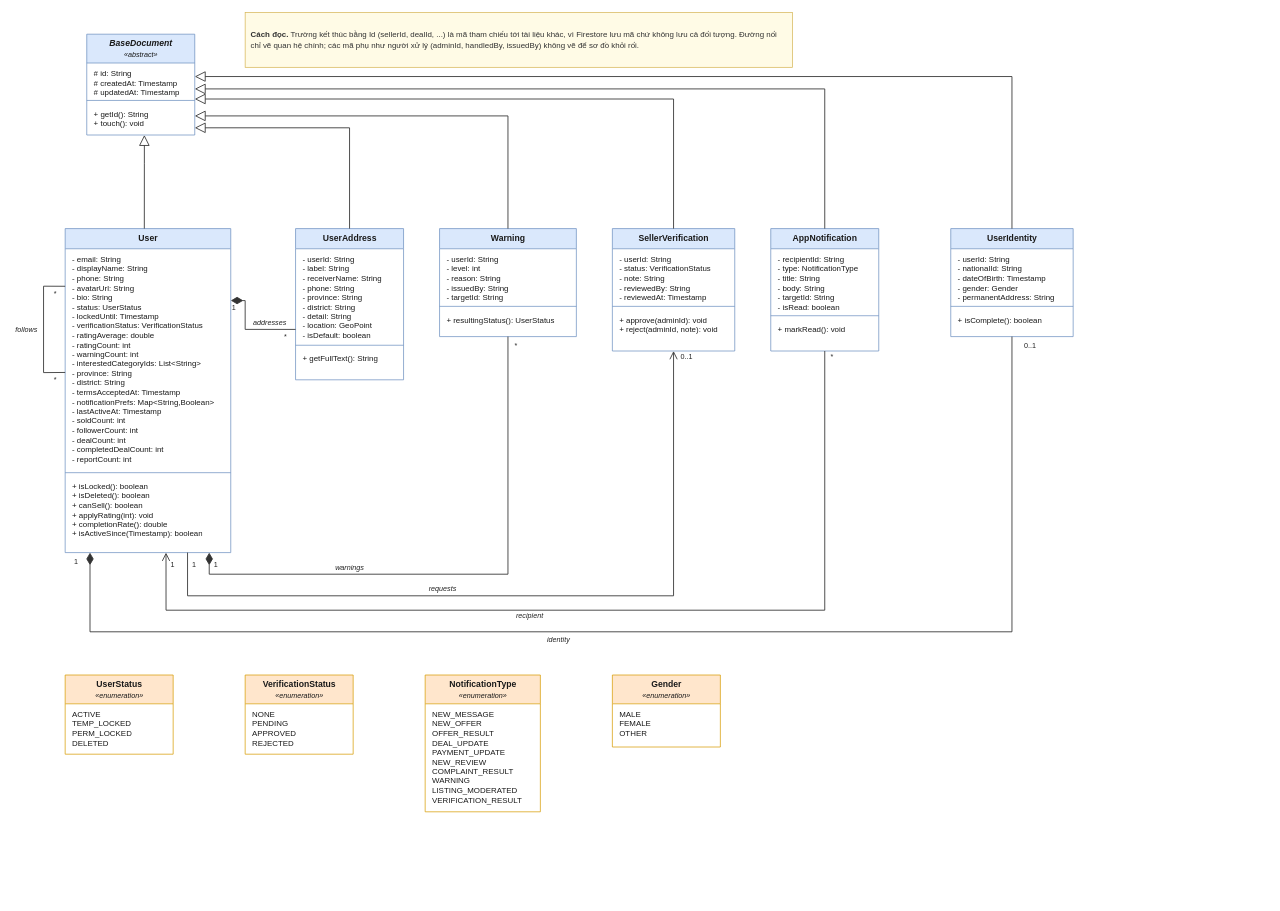
Above: page "1. Người dùng" (2 of 8) of workflow/docs/diagrams/so-do-lop/class-diagram.drawio in tahpnart8/NHOM3-MobileApp (draw.io), before the change. Source tidied: cells renumbered, new cells numbered last; positions are measured from the earlier drawing's top-left corner, leaving out a move shared by most shapes. Both pictures are drawn from the tidied source at 72%, with x=0, y=0 at pixel (12, 12).
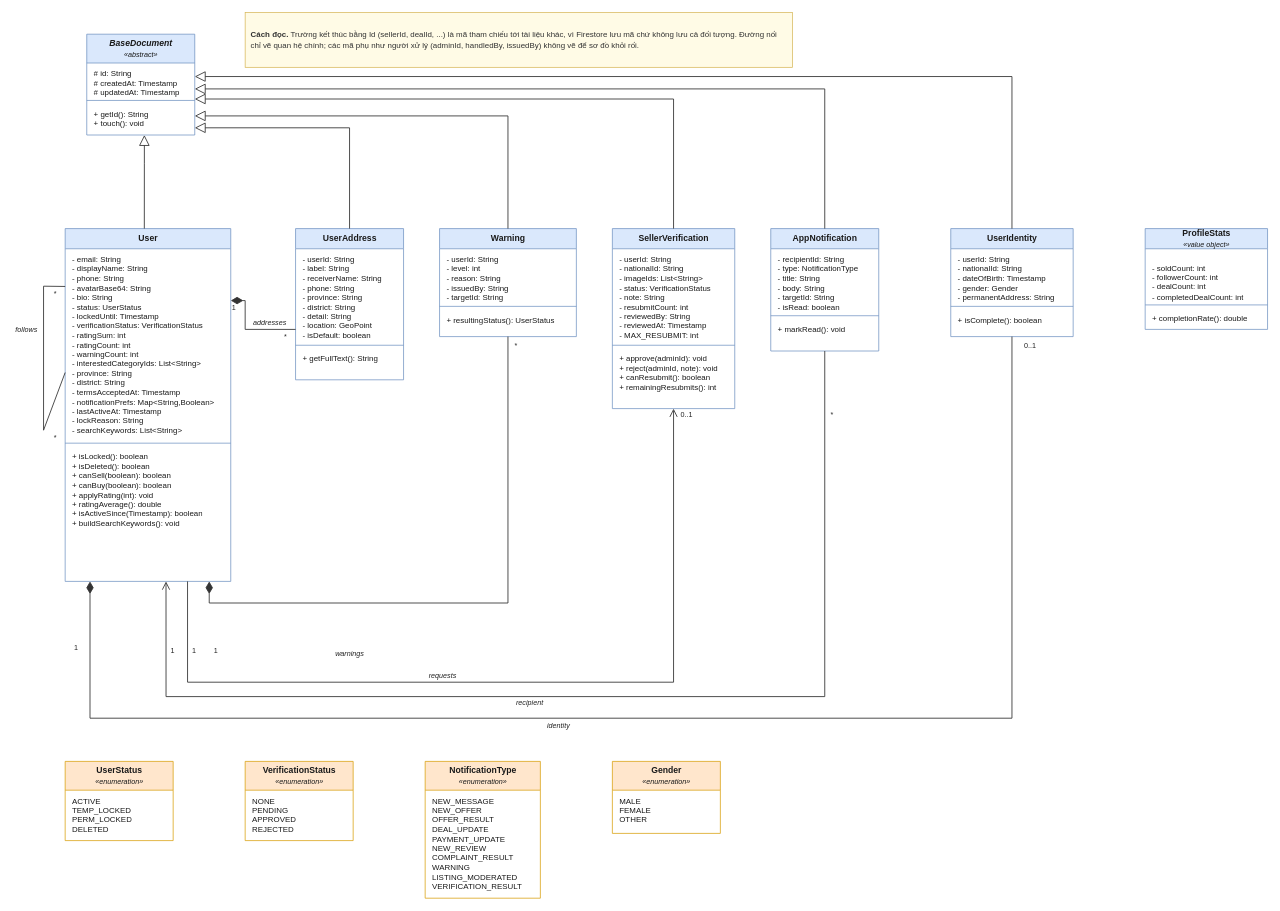
Above is the later version.

The change refers to these unchanged cells:
```xml
<mxCell id="7" value="&lt;b&gt;UserAddress&lt;/b&gt;" style="swimlane;fontStyle=0;horizontal=1;startSize=28;fillColor=#DAE8FC;strokeColor=#6C8EBF;swimlaneFillColor=#FFFFFF;html=1;whiteSpace=nowrap;fontSize=12;fontFamily=Helvetica;fontColor=#1A1A1A;" parent="1" vertex="1">
  <mxGeometry x="393" y="300" width="150" height="210" as="geometry" />
</mxCell>
<mxCell id="19" value="&lt;b&gt;AppNotification&lt;/b&gt;" style="swimlane;fontStyle=0;horizontal=1;startSize=28;fillColor=#DAE8FC;strokeColor=#6C8EBF;swimlaneFillColor=#FFFFFF;html=1;whiteSpace=nowrap;fontSize=12;fontFamily=Helvetica;fontColor=#1A1A1A;" parent="1" vertex="1">
  <mxGeometry x="1053" y="300" width="150" height="170" as="geometry" />
</mxCell>
<mxCell id="58" value="&lt;b&gt;UserIdentity&lt;/b&gt;" style="swimlane;fontStyle=0;horizontal=1;startSize=28;fillColor=#DAE8FC;strokeColor=#6C8EBF;swimlaneFillColor=#FFFFFF;html=1;whiteSpace=nowrap;fontSize=12;fontFamily=Helvetica;fontColor=#1A1A1A;" parent="1" vertex="1">
  <mxGeometry x="1303" y="300" width="170" height="150" as="geometry" />
</mxCell>
```

Diff of the diagram source:
```diff
@@
     <mxCell id="6" value="&lt;b&gt;User&lt;/b&gt;" style="swimlane;fontStyle=0;horizontal=1;startSize=28;fillColor=#DAE8FC;strokeColor=#6C8EBF;swimlaneFillColor=#FFFFFF;html=1;whiteSpace=nowrap;fontSize=12;fontFamily=Helvetica;fontColor=#1A1A1A;" parent="1" vertex="1">
-      <mxGeometry x="73" y="300" width="230" height="450" as="geometry" />
+      <mxGeometry x="73" y="300" width="230" height="490" as="geometry" />
     </mxCell>
@@
     <mxCell id="15" value="&lt;b&gt;SellerVerification&lt;/b&gt;" style="swimlane;fontStyle=0;horizontal=1;startSize=28;fillColor=#DAE8FC;strokeColor=#6C8EBF;swimlaneFillColor=#FFFFFF;html=1;whiteSpace=nowrap;fontSize=12;fontFamily=Helvetica;fontColor=#1A1A1A;" parent="1" vertex="1">
-      <mxGeometry x="833" y="300" width="170" height="170" as="geometry" />
+      <mxGeometry x="833" y="300" width="170" height="250" as="geometry" />
     </mxCell>
-    <mxCell id="16" value="- userId: String&lt;br&gt;- status: VerificationStatus&lt;br&gt;- note: String&lt;br&gt;- reviewedBy: String&lt;br&gt;- reviewedAt: Timestamp" style="text;strokeColor=none;fillColor=none;align=left;verticalAlign=top;spacingLeft=8;spacingRight=4;spacingTop=2;overflow=hidden;html=1;whiteSpace=nowrap;fontSize=11;fontFamily=Helvetica;fontColor=#1A1A1A;" parent="15" vertex="1">
-      <mxGeometry y="28" width="170" height="76" as="geometry" />
-    </mxCell>
-    <mxCell id="17" style="line;strokeWidth=1;fillColor=none;align=left;verticalAlign=middle;html=1;strokeColor=#6C8EBF;" parent="15" vertex="1">
-      <mxGeometry y="104" width="170" height="8" as="geometry" />
-    </mxCell>
-    <mxCell id="18" value="+ approve(adminId): void&lt;br&gt;+ reject(adminId, note): void" style="text;strokeColor=none;fillColor=none;align=left;verticalAlign=top;spacingLeft=8;spacingRight=4;spacingTop=2;overflow=hidden;html=1;whiteSpace=nowrap;fontSize=11;fontFamily=Helvetica;fontColor=#1A1A1A;" parent="15" vertex="1">
-      <mxGeometry y="112" width="170" height="35" as="geometry" />
-    </mxCell>
@@
     <mxCell id="23" value="&lt;b&gt;UserStatus&lt;/b&gt;&lt;br&gt;&lt;i style=&quot;font-size:10px&quot;&gt;«enumeration»&lt;/i&gt;" style="swimlane;fontStyle=0;horizontal=1;startSize=40;fillColor=#FFE6CC;strokeColor=#D79B00;swimlaneFillColor=#FFFFFF;html=1;whiteSpace=nowrap;fontSize=12;fontFamily=Helvetica;fontColor=#1A1A1A;" parent="1" vertex="1">
-      <mxGeometry x="73" y="920" width="150" height="110" as="geometry" />
+      <mxGeometry x="73" y="1040" width="150" height="110" as="geometry" />
     </mxCell>
     <mxCell id="24" value="&lt;b&gt;VerificationStatus&lt;/b&gt;&lt;br&gt;&lt;i style=&quot;font-size:10px&quot;&gt;«enumeration»&lt;/i&gt;" style="swimlane;fontStyle=0;horizontal=1;startSize=40;fillColor=#FFE6CC;strokeColor=#D79B00;swimlaneFillColor=#FFFFFF;html=1;whiteSpace=nowrap;fontSize=12;fontFamily=Helvetica;fontColor=#1A1A1A;" parent="1" vertex="1">
-      <mxGeometry x="323" y="920" width="150" height="110" as="geometry" />
+      <mxGeometry x="323" y="1040" width="150" height="110" as="geometry" />
     </mxCell>
-    <mxCell id="25" value="NONE&lt;br&gt;PENDING&lt;br&gt;APPROVED&lt;br&gt;REJECTED" style="text;strokeColor=none;fillColor=none;align=left;verticalAlign=top;spacingLeft=8;spacingRight=4;spacingTop=2;overflow=hidden;html=1;whiteSpace=nowrap;fontSize=11;fontFamily=Helvetica;fontColor=#1A1A1A;" parent="24" vertex="1">
-      <mxGeometry y="40" width="150" height="62" as="geometry" />
-    </mxCell>
     <mxCell id="26" value="&lt;b&gt;NotificationType&lt;/b&gt;&lt;br&gt;&lt;i style=&quot;font-size:10px&quot;&gt;«enumeration»&lt;/i&gt;" style="swimlane;fontStyle=0;horizontal=1;startSize=40;fillColor=#FFE6CC;strokeColor=#D79B00;swimlaneFillColor=#FFFFFF;html=1;whiteSpace=nowrap;fontSize=12;fontFamily=Helvetica;fontColor=#1A1A1A;" parent="1" vertex="1">
-      <mxGeometry x="573" y="920" width="160" height="190" as="geometry" />
+      <mxGeometry x="573" y="1040" width="160" height="190" as="geometry" />
     </mxCell>
@@
-    <mxCell id="33" style="html=1;rounded=0;edgeStyle=none;jettySize=auto;exitX=1.0;exitY=0.222;exitDx=0;exitDy=0;entryX=0.0;entryY=0.6667;entryDx=0;entryDy=0;strokeColor=#333333;strokeWidth=1.2;startArrow=diamondThin;startFill=1;startSize=14;endArrow=none;" parent="1" edge="1" source="6" target="7">
+    <mxCell id="33" style="html=1;rounded=0;edgeStyle=none;jettySize=auto;exitX=1.0;exitY=0.204;exitDx=0;exitDy=0;entryX=0.0;entryY=0.6667;entryDx=0;entryDy=0;strokeColor=#333333;strokeWidth=1.2;startArrow=diamondThin;startFill=1;startSize=14;endArrow=none;" parent="1" edge="1" source="6" target="7">
       <mxGeometry relative="1" as="geometry">
         <Array as="points">
           <mxPoint x="323" y="400" />
           <mxPoint x="323" y="440" />
         </Array>
       </mxGeometry>
     </mxCell>
@@
     <mxCell id="35" style="html=1;rounded=0;edgeStyle=orthogonalEdgeStyle;jettySize=auto;exitX=0.739;exitY=1.0;exitDx=0;exitDy=0;entryX=0.5;entryY=1;entryDx=0;entryDy=0;strokeColor=#333333;strokeWidth=1.2;endArrow=open;endFill=0;endSize=9;startArrow=none;" parent="1" edge="1" source="6" target="15">
       <mxGeometry relative="1" as="geometry">
         <Array as="points">
-          <mxPoint x="243" y="810" />
-          <mxPoint x="918" y="810" />
+          <mxPoint x="243" y="930" />
+          <mxPoint x="918" y="930" />
         </Array>
       </mxGeometry>
     </mxCell>
     <mxCell id="36" style="html=1;rounded=0;edgeStyle=orthogonalEdgeStyle;jettySize=auto;exitX=0.5;exitY=1;exitDx=0;exitDy=0;entryX=0.609;entryY=1.0;entryDx=0;entryDy=0;strokeColor=#333333;strokeWidth=1.2;endArrow=open;endFill=0;endSize=9;startArrow=none;" parent="1" edge="1" source="19" target="6">
       <mxGeometry relative="1" as="geometry">
         <Array as="points">
-          <mxPoint x="1128" y="830" />
-          <mxPoint x="213" y="830" />
+          <mxPoint x="1128" y="950" />
+          <mxPoint x="213" y="950" />
         </Array>
       </mxGeometry>
     </mxCell>
-    <mxCell id="37" style="html=1;rounded=0;edgeStyle=none;jettySize=auto;orthogonalLoop=1;exitX=0.0;exitY=0.178;exitDx=0;exitDy=0;entryX=0.0;entryY=0.444;entryDx=0;entryDy=0;strokeColor=#333333;strokeWidth=1.2;endArrow=none;startArrow=none;" parent="1" edge="1" source="6" target="6">
+    <mxCell id="37" style="html=1;rounded=0;edgeStyle=none;jettySize=auto;orthogonalLoop=1;exitX=0.0;exitY=0.164;exitDx=0;exitDy=0;entryX=0.0;entryY=0.408;entryDx=0;entryDy=0;strokeColor=#333333;strokeWidth=1.2;endArrow=none;startArrow=none;" parent="1" edge="1" source="6" target="6">
       <mxGeometry relative="1" as="geometry">
         <Array as="points">
           <mxPoint x="43" y="380" />
-          <mxPoint x="43" y="500" />
+          <mxPoint x="43" y="580" />
         </Array>
       </mxGeometry>
     </mxCell>
@@
     <mxCell id="41" value="1" style="text;html=1;strokeColor=none;fillColor=none;align=center;verticalAlign=middle;whiteSpace=nowrap;fontSize=10;fontFamily=Helvetica;fontColor=#222222;" parent="1" vertex="1">
-      <mxGeometry x="276" y="758" width="12" height="16" as="geometry" />
+      <mxGeometry x="276" y="878" width="12" height="16" as="geometry" />
     </mxCell>
@@
     <mxCell id="43" value="warnings" style="text;html=1;strokeColor=none;fillColor=none;align=center;verticalAlign=middle;whiteSpace=nowrap;fontSize=10;fontFamily=Helvetica;fontColor=#222222;fontStyle=2;" parent="1" vertex="1">
-      <mxGeometry x="443" y="762" width="49" height="16" as="geometry" />
+      <mxGeometry x="443" y="882" width="49" height="16" as="geometry" />
     </mxCell>
     <mxCell id="44" value="1" style="text;html=1;strokeColor=none;fillColor=none;align=center;verticalAlign=middle;whiteSpace=nowrap;fontSize=10;fontFamily=Helvetica;fontColor=#222222;" parent="1" vertex="1">
-      <mxGeometry x="246" y="758" width="12" height="16" as="geometry" />
+      <mxGeometry x="246" y="878" width="12" height="16" as="geometry" />
     </mxCell>
     <mxCell id="45" value="0..1" style="text;html=1;strokeColor=none;fillColor=none;align=center;verticalAlign=middle;whiteSpace=nowrap;fontSize=10;fontFamily=Helvetica;fontColor=#222222;" parent="1" vertex="1">
-      <mxGeometry x="923" y="470" width="25" height="16" as="geometry" />
+      <mxGeometry x="923" y="550" width="25" height="16" as="geometry" />
     </mxCell>
     <mxCell id="46" value="requests" style="text;html=1;strokeColor=none;fillColor=none;align=center;verticalAlign=middle;whiteSpace=nowrap;fontSize=10;fontFamily=Helvetica;fontColor=#222222;fontStyle=2;" parent="1" vertex="1">
-      <mxGeometry x="573" y="792" width="48" height="16" as="geometry" />
+      <mxGeometry x="573" y="912" width="48" height="16" as="geometry" />
     </mxCell>
     <mxCell id="47" value="*" style="text;html=1;strokeColor=none;fillColor=none;align=center;verticalAlign=middle;whiteSpace=nowrap;fontSize=10;fontFamily=Helvetica;fontColor=#222222;" parent="1" vertex="1">
-      <mxGeometry x="1133" y="470" width="10" height="16" as="geometry" />
+      <mxGeometry x="1133" y="550" width="10" height="16" as="geometry" />
     </mxCell>
     <mxCell id="48" value="1" style="text;html=1;strokeColor=none;fillColor=none;align=center;verticalAlign=middle;whiteSpace=nowrap;fontSize=10;fontFamily=Helvetica;fontColor=#222222;" parent="1" vertex="1">
-      <mxGeometry x="216" y="758" width="12" height="16" as="geometry" />
+      <mxGeometry x="216" y="878" width="12" height="16" as="geometry" />
     </mxCell>
     <mxCell id="49" value="recipient" style="text;html=1;strokeColor=none;fillColor=none;align=center;verticalAlign=middle;whiteSpace=nowrap;fontSize=10;fontFamily=Helvetica;fontColor=#222222;fontStyle=2;" parent="1" vertex="1">
-      <mxGeometry x="694" y="830" width="47" height="16" as="geometry" />
+      <mxGeometry x="694" y="950" width="47" height="16" as="geometry" />
     </mxCell>
@@
     <mxCell id="51" value="*" style="text;html=1;strokeColor=none;fillColor=none;align=center;verticalAlign=middle;whiteSpace=nowrap;fontSize=10;fontFamily=Helvetica;fontColor=#222222;" parent="1" vertex="1">
-      <mxGeometry x="54" y="502" width="10" height="16" as="geometry" />
+      <mxGeometry x="54" y="582" width="10" height="16" as="geometry" />
     </mxCell>
@@
-    <mxCell id="53" value="- email: String&lt;br&gt;- displayName: String&lt;br&gt;- phone: String&lt;br&gt;- avatarUrl: String&lt;br&gt;- bio: String&lt;br&gt;- status: UserStatus&lt;br&gt;- lockedUntil: Timestamp&lt;br&gt;- verificationStatus: VerificationStatus&lt;br&gt;- ratingAverage: double&lt;br&gt;- ratingCount: int&lt;br&gt;- warningCount: int&lt;br&gt;- interestedCategoryIds: List&amp;lt;String&amp;gt;&lt;br&gt;- province: String&lt;br&gt;- district: String&lt;br&gt;- termsAcceptedAt: Timestamp&lt;br&gt;- notificationPrefs: Map&amp;lt;String,Boolean&amp;gt;&lt;br&gt;- lastActiveAt: Timestamp&lt;br&gt;- soldCount: int&lt;br&gt;- followerCount: int&lt;br&gt;- dealCount: int&lt;br&gt;- completedDealCount: int&lt;br&gt;- reportCount: int" style="text;strokeColor=none;fillColor=none;align=left;verticalAlign=top;spacingLeft=8;spacingRight=4;spacingTop=2;overflow=hidden;html=1;whiteSpace=nowrap;fontSize=11;fontFamily=Helvetica;fontColor=#1A1A1A;" parent="6" vertex="1">
-      <mxGeometry y="28" width="230" height="307" as="geometry" />
-    </mxCell>
-    <mxCell id="54" style="line;strokeWidth=1;fillColor=none;align=left;verticalAlign=middle;html=1;strokeColor=#6C8EBF;" parent="6" vertex="1">
-      <mxGeometry y="335" width="230" height="8" as="geometry" />
-    </mxCell>
-    <mxCell id="55" value="+ isLocked(): boolean&lt;br&gt;+ isDeleted(): boolean&lt;br&gt;+ canSell(): boolean&lt;br&gt;+ applyRating(int): void&lt;br&gt;+ completionRate(): double&lt;br&gt;+ isActiveSince(Timestamp): boolean" style="text;strokeColor=none;fillColor=none;align=left;verticalAlign=top;spacingLeft=8;spacingRight=4;spacingTop=2;overflow=hidden;html=1;whiteSpace=nowrap;fontSize=11;fontFamily=Helvetica;fontColor=#1A1A1A;" parent="6" vertex="1">
-      <mxGeometry y="343" width="230" height="89" as="geometry" />
-    </mxCell>
@@
     <mxCell id="62" value="&lt;b&gt;Gender&lt;/b&gt;&lt;br&gt;&lt;i style=&quot;font-size:10px&quot;&gt;«enumeration»&lt;/i&gt;" style="swimlane;fontStyle=0;horizontal=1;startSize=40;fillColor=#FFE6CC;strokeColor=#D79B00;swimlaneFillColor=#FFFFFF;html=1;whiteSpace=nowrap;fontSize=12;fontFamily=Helvetica;fontColor=#1A1A1A;" parent="1" vertex="1">
-      <mxGeometry x="833" y="920" width="150" height="100" as="geometry" />
+      <mxGeometry x="833" y="1040" width="150" height="100" as="geometry" />
     </mxCell>
@@
     <mxCell id="64" style="html=1;rounded=0;edgeStyle=orthogonalEdgeStyle;jettySize=auto;strokeColor=#333333;strokeWidth=1.2;startArrow=diamondThin;startFill=1;startSize=14;endArrow=none;exitX=0.15;exitY=1;exitDx=0;exitDy=0;entryX=0.5;entryY=1;entryDx=0;entryDy=0;" parent="1" edge="1" source="6" target="58">
       <mxGeometry relative="1" as="geometry">
         <Array as="points">
-          <mxPoint x="107" y="860" />
-          <mxPoint x="1388" y="860" />
+          <mxPoint x="107" y="980" />
+          <mxPoint x="1388" y="980" />
         </Array>
       </mxGeometry>
     </mxCell>
@@
     <mxCell id="66" value="1" style="text;html=1;strokeColor=none;fillColor=none;align=center;verticalAlign=middle;whiteSpace=nowrap;fontSize=10;fontFamily=Helvetica;fontColor=#222222;" parent="1" vertex="1">
-      <mxGeometry x="81" y="754" width="14" height="16" as="geometry" />
+      <mxGeometry x="81" y="874" width="14" height="16" as="geometry" />
     </mxCell>
@@
     <mxCell id="68" value="identity" style="text;html=1;strokeColor=none;fillColor=none;align=center;verticalAlign=middle;whiteSpace=nowrap;fontSize=10;fontFamily=Helvetica;fontColor=#222222;fontStyle=2;" parent="1" vertex="1">
-      <mxGeometry x="723" y="862" width="70" height="16" as="geometry" />
+      <mxGeometry x="723" y="982" width="70" height="16" as="geometry" />
     </mxCell>
+    <mxCell id="69" value="&lt;b&gt;ProfileStats&lt;/b&gt;&lt;br&gt;&lt;i style=&quot;font-size:10px&quot;&gt;«value object»&lt;/i&gt;" style="swimlane;fontStyle=0;horizontal=1;startSize=28;fillColor=#DAE8FC;strokeColor=#6C8EBF;swimlaneFillColor=#FFFFFF;html=1;whiteSpace=nowrap;fontSize=12;fontFamily=Helvetica;fontColor=#1A1A1A;" parent="1" vertex="1">
+      <mxGeometry x="1573" y="300" width="170" height="140" as="geometry" />
+    </mxCell>
+    <mxCell id="70" value="- soldCount: int&lt;br&gt;- followerCount: int&lt;br&gt;- dealCount: int&lt;br&gt;- completedDealCount: int" style="text;strokeColor=none;fillColor=none;align=left;verticalAlign=top;spacingLeft=8;spacingRight=4;spacingTop=2;overflow=hidden;html=1;whiteSpace=nowrap;fontSize=11;fontFamily=Helvetica;fontColor=#1A1A1A;" parent="69" vertex="1">
+      <mxGeometry y="40" width="170" height="62" as="geometry" />
+    </mxCell>
+    <mxCell id="71" style="line;strokeWidth=1;fillColor=none;align=left;verticalAlign=middle;html=1;strokeColor=#6C8EBF;" parent="69" vertex="1">
+      <mxGeometry y="102" width="170" height="8" as="geometry" />
+    </mxCell>
+    <mxCell id="72" value="+ completionRate(): double" style="text;strokeColor=none;fillColor=none;align=left;verticalAlign=top;spacingLeft=8;spacingRight=4;spacingTop=2;overflow=hidden;html=1;whiteSpace=nowrap;fontSize=11;fontFamily=Helvetica;fontColor=#1A1A1A;" parent="69" vertex="1">
+      <mxGeometry y="110" width="170" height="21" as="geometry" />
+    </mxCell>
+    <mxCell id="25" value="NONE&lt;br&gt;PENDING&lt;br&gt;APPROVED&lt;br&gt;REJECTED" style="text;strokeColor=none;fillColor=none;align=left;verticalAlign=top;spacingLeft=8;spacingRight=4;spacingTop=2;overflow=hidden;html=1;whiteSpace=nowrap;fontSize=11;fontFamily=Helvetica;fontColor=#1A1A1A;" parent="24" vertex="1">
+      <mxGeometry y="40" width="150" height="62" as="geometry" />
+    </mxCell>
+    <mxCell id="53" value="- email: String&lt;br&gt;- displayName: String&lt;br&gt;- phone: String&lt;br&gt;- avatarBase64: String&lt;br&gt;- bio: String&lt;br&gt;- status: UserStatus&lt;br&gt;- lockedUntil: Timestamp&lt;br&gt;- verificationStatus: VerificationStatus&lt;br&gt;- ratingSum: int&lt;br&gt;- ratingCount: int&lt;br&gt;- warningCount: int&lt;br&gt;- interestedCategoryIds: List&amp;lt;String&amp;gt;&lt;br&gt;- province: String&lt;br&gt;- district: String&lt;br&gt;- termsAcceptedAt: Timestamp&lt;br&gt;- notificationPrefs: Map&amp;lt;String,Boolean&amp;gt;&lt;br&gt;- lastActiveAt: Timestamp&lt;br&gt;- lockReason: String&lt;br&gt;- searchKeywords: List&amp;lt;String&amp;gt;" style="text;strokeColor=none;fillColor=none;align=left;verticalAlign=top;spacingLeft=8;spacingRight=4;spacingTop=2;overflow=hidden;html=1;whiteSpace=nowrap;fontSize=11;fontFamily=Helvetica;fontColor=#1A1A1A;" parent="6" vertex="1">
+      <mxGeometry y="28" width="230" height="266" as="geometry" />
+    </mxCell>
+    <mxCell id="54" style="line;strokeWidth=1;fillColor=none;align=left;verticalAlign=middle;html=1;strokeColor=#6C8EBF;" parent="6" vertex="1">
+      <mxGeometry y="294" width="230" height="8" as="geometry" />
+    </mxCell>
+    <mxCell id="55" value="+ isLocked(): boolean&lt;br&gt;+ isDeleted(): boolean&lt;br&gt;+ canSell(boolean): boolean&lt;br&gt;+ canBuy(boolean): boolean&lt;br&gt;+ applyRating(int): void&lt;br&gt;+ ratingAverage(): double&lt;br&gt;+ isActiveSince(Timestamp): boolean&lt;br&gt;+ buildSearchKeywords(): void" style="text;strokeColor=none;fillColor=none;align=left;verticalAlign=top;spacingLeft=8;spacingRight=4;spacingTop=2;overflow=hidden;html=1;whiteSpace=nowrap;fontSize=11;fontFamily=Helvetica;fontColor=#1A1A1A;" parent="6" vertex="1">
+      <mxGeometry y="302" width="230" height="116" as="geometry" />
+    </mxCell>
+    <mxCell id="73" value="- userId: String&lt;br&gt;- nationalId: String&lt;br&gt;- imageIds: List&amp;lt;String&amp;gt;&lt;br&gt;- status: VerificationStatus&lt;br&gt;- note: String&lt;br&gt;- resubmitCount: int&lt;br&gt;- reviewedBy: String&lt;br&gt;- reviewedAt: Timestamp&lt;br&gt;- MAX_RESUBMIT: int" style="text;strokeColor=none;fillColor=none;align=left;verticalAlign=top;spacingLeft=8;spacingRight=4;spacingTop=2;overflow=hidden;html=1;whiteSpace=nowrap;fontSize=11;fontFamily=Helvetica;fontColor=#1A1A1A;" parent="15" vertex="1">
+      <mxGeometry y="28" width="170" height="130" as="geometry" />
+    </mxCell>
+    <mxCell id="74" style="line;strokeWidth=1;fillColor=none;align=left;verticalAlign=middle;html=1;strokeColor=#6C8EBF;" parent="15" vertex="1">
+      <mxGeometry y="158" width="170" height="8" as="geometry" />
+    </mxCell>
+    <mxCell id="75" value="+ approve(adminId): void&lt;br&gt;+ reject(adminId, note): void&lt;br&gt;+ canResubmit(): boolean&lt;br&gt;+ remainingResubmits(): int" style="text;strokeColor=none;fillColor=none;align=left;verticalAlign=top;spacingLeft=8;spacingRight=4;spacingTop=2;overflow=hidden;html=1;whiteSpace=nowrap;fontSize=11;fontFamily=Helvetica;fontColor=#1A1A1A;" parent="15" vertex="1">
+      <mxGeometry y="166" width="170" height="62" as="geometry" />
+    </mxCell>
```
